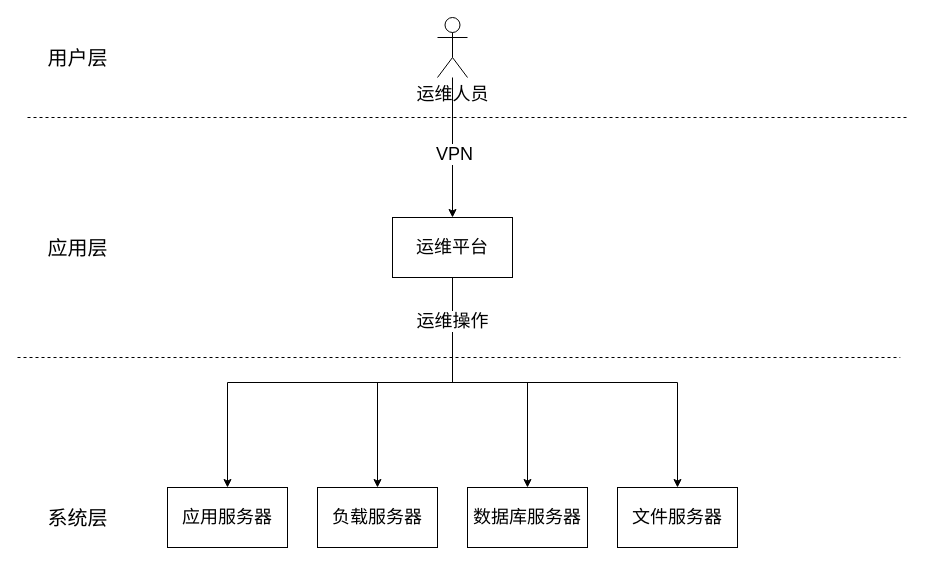
This is 思创运维平台设计.drawio from yihezhou/diagrams, a draw.io file, before an edit. Source tidied: cells renumbered, new cells numbered last; positions are measured from the earlier drawing's top-left corner, leaving out a move shared by most shapes. Both pictures are drawn from the tidied source at 100%, with x=0, y=0 at pixel (17, 17).
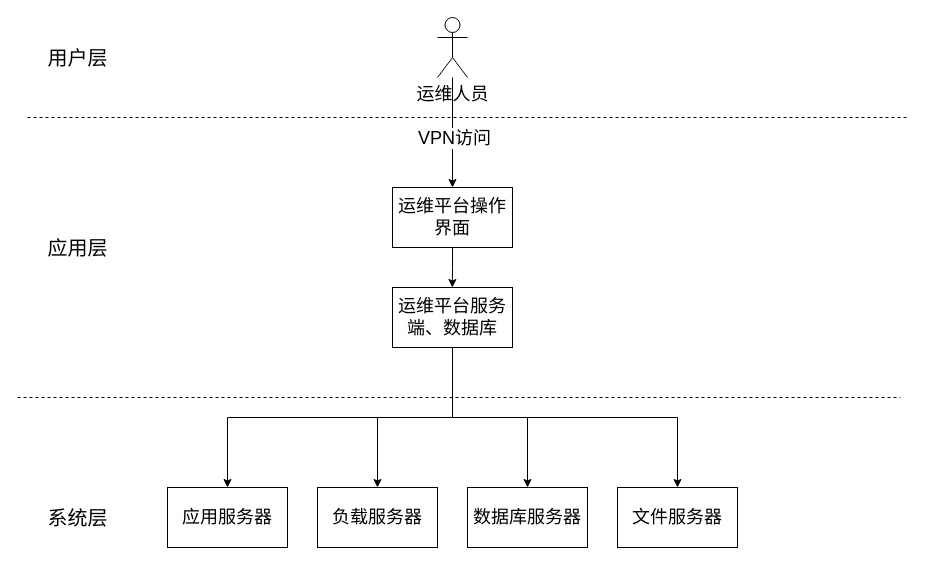
Above is the later version.

Commit message (it also covers changes not shown here):
更新思创运维平台设计.drawio

The change refers to these unchanged cells:
```xml
<mxCell id="8" style="endArrow=classic;html=1;rounded=0;entryX=0.5;entryY=0;entryDx=0;entryDy=0;" parent="1" edge="1" source="4" target="15">
  <mxGeometry relative="1" as="geometry" />
</mxCell>
<mxCell id="16" value="&lt;font style=&quot;font-size: 18px;&quot;&gt;应用服务器&lt;/font&gt;" style="rounded=0;whiteSpace=wrap;html=1;" parent="1" vertex="1">
  <mxGeometry x="150" y="470" width="120" height="60" as="geometry" />
</mxCell>
<mxCell id="17" value="负载服务器" style="rounded=0;whiteSpace=wrap;html=1;fontSize=18;" parent="1" vertex="1">
  <mxGeometry x="300" y="470" width="120" height="60" as="geometry" />
</mxCell>
<mxCell id="18" value="数据库服务器" style="rounded=0;whiteSpace=wrap;html=1;fontSize=18;" parent="1" vertex="1">
  <mxGeometry x="450" y="470" width="120" height="60" as="geometry" />
</mxCell>
<mxCell id="19" value="文件服务器" style="rounded=0;whiteSpace=wrap;html=1;fontSize=18;" parent="1" vertex="1">
  <mxGeometry x="600" y="470" width="120" height="60" as="geometry" />
</mxCell>
```

What changed in the source:
```diff
@@
     <mxCell id="5" style="endArrow=none;dashed=1;html=1;rounded=0;" parent="1" edge="1">
       <mxGeometry relative="1" as="geometry">
-        <mxPoint y="340" as="sourcePoint" />
-        <mxPoint x="882.8" y="340" as="targetPoint" />
+        <mxPoint y="380" as="sourcePoint" />
+        <mxPoint x="882.8" y="380" as="targetPoint" />
       </mxGeometry>
     </mxCell>
@@
-    <mxCell id="9" value="VPN" style="edgeLabel;html=1;align=center;verticalAlign=middle;fontSize=18;" parent="8" vertex="1">
+    <mxCell id="9" value="VPN访问" style="edgeLabel;html=1;align=center;verticalAlign=middle;fontSize=18;" parent="8" vertex="1">
       <mxGeometry x="0.09" y="1" relative="1" as="geometry" />
     </mxCell>
-    <mxCell id="10" style="edgeStyle=orthogonalEdgeStyle;rounded=0;jettySize=auto;html=1;exitX=0.5;exitY=1;exitDx=0;exitDy=0;entryX=0.5;entryY=0;entryDx=0;entryDy=0;" parent="1" edge="1" source="15" target="16">
-      <mxGeometry relative="1" as="geometry" />
-    </mxCell>
-    <mxCell id="11" style="edgeStyle=orthogonalEdgeStyle;rounded=0;jettySize=auto;html=1;exitX=0.5;exitY=1;exitDx=0;exitDy=0;entryX=0.5;entryY=0;entryDx=0;entryDy=0;" parent="1" edge="1" source="15" target="17">
-      <mxGeometry relative="1" as="geometry" />
-    </mxCell>
-    <mxCell id="12" style="edgeStyle=orthogonalEdgeStyle;rounded=0;jettySize=auto;html=1;exitX=0.5;exitY=1;exitDx=0;exitDy=0;entryX=0.5;entryY=0;entryDx=0;entryDy=0;" parent="1" edge="1" source="15" target="18">
-      <mxGeometry relative="1" as="geometry" />
-    </mxCell>
-    <mxCell id="13" style="edgeStyle=orthogonalEdgeStyle;rounded=0;jettySize=auto;html=1;exitX=0.5;exitY=1;exitDx=0;exitDy=0;" parent="1" edge="1" source="15" target="19">
-      <mxGeometry relative="1" as="geometry" />
-    </mxCell>
-    <mxCell id="14" value="运维操作" style="edgeLabel;html=1;align=center;verticalAlign=middle;fontSize=18;" parent="13" vertex="1">
-      <mxGeometry x="-0.8" y="-1" relative="1" as="geometry" />
-    </mxCell>
+    <mxCell id="20" style="edgeStyle=orthogonalEdgeStyle;rounded=0;jettySize=auto;html=1;exitX=0.5;exitY=1;exitDx=0;exitDy=0;" parent="1" edge="1" source="15">
+      <mxGeometry relative="1" as="geometry">
+        <mxPoint x="434.8" y="270" as="targetPoint" />
+      </mxGeometry>
+    </mxCell>
-    <mxCell id="15" value="&lt;font style=&quot;font-size: 18px;&quot;&gt;运维平台&lt;/font&gt;" style="rounded=0;whiteSpace=wrap;html=1;" parent="1" vertex="1">
-      <mxGeometry x="375" y="200" width="120" height="60" as="geometry" />
+    <mxCell id="15" value="&lt;font style=&quot;font-size: 18px;&quot;&gt;运维平台操作界面&lt;/font&gt;" style="rounded=0;whiteSpace=wrap;html=1;" parent="1" vertex="1">
+      <mxGeometry x="375" y="170" width="120" height="60" as="geometry" />
     </mxCell>
@@
+    <mxCell id="21" style="edgeStyle=orthogonalEdgeStyle;rounded=0;jettySize=auto;html=1;exitX=0.5;exitY=1;exitDx=0;exitDy=0;entryX=0.5;entryY=0;entryDx=0;entryDy=0;" parent="1" edge="1" source="25" target="16">
+      <mxGeometry relative="1" as="geometry" />
+    </mxCell>
+    <mxCell id="22" style="edgeStyle=orthogonalEdgeStyle;rounded=0;jettySize=auto;html=1;exitX=0.5;exitY=1;exitDx=0;exitDy=0;entryX=0.5;entryY=0;entryDx=0;entryDy=0;" parent="1" edge="1" source="25" target="17">
+      <mxGeometry relative="1" as="geometry" />
+    </mxCell>
+    <mxCell id="23" style="edgeStyle=orthogonalEdgeStyle;rounded=0;jettySize=auto;html=1;exitX=0.5;exitY=1;exitDx=0;exitDy=0;" parent="1" edge="1" source="25" target="18">
+      <mxGeometry relative="1" as="geometry" />
+    </mxCell>
+    <mxCell id="24" style="edgeStyle=orthogonalEdgeStyle;rounded=0;jettySize=auto;html=1;exitX=0.5;exitY=1;exitDx=0;exitDy=0;" parent="1" edge="1" source="25" target="19">
+      <mxGeometry relative="1" as="geometry" />
+    </mxCell>
+    <mxCell id="25" value="运维平台服务端、数据库" style="rounded=0;whiteSpace=wrap;html=1;fontSize=18;" parent="1" vertex="1">
+      <mxGeometry x="375" y="270" width="120" height="60" as="geometry" />
+    </mxCell>
```
